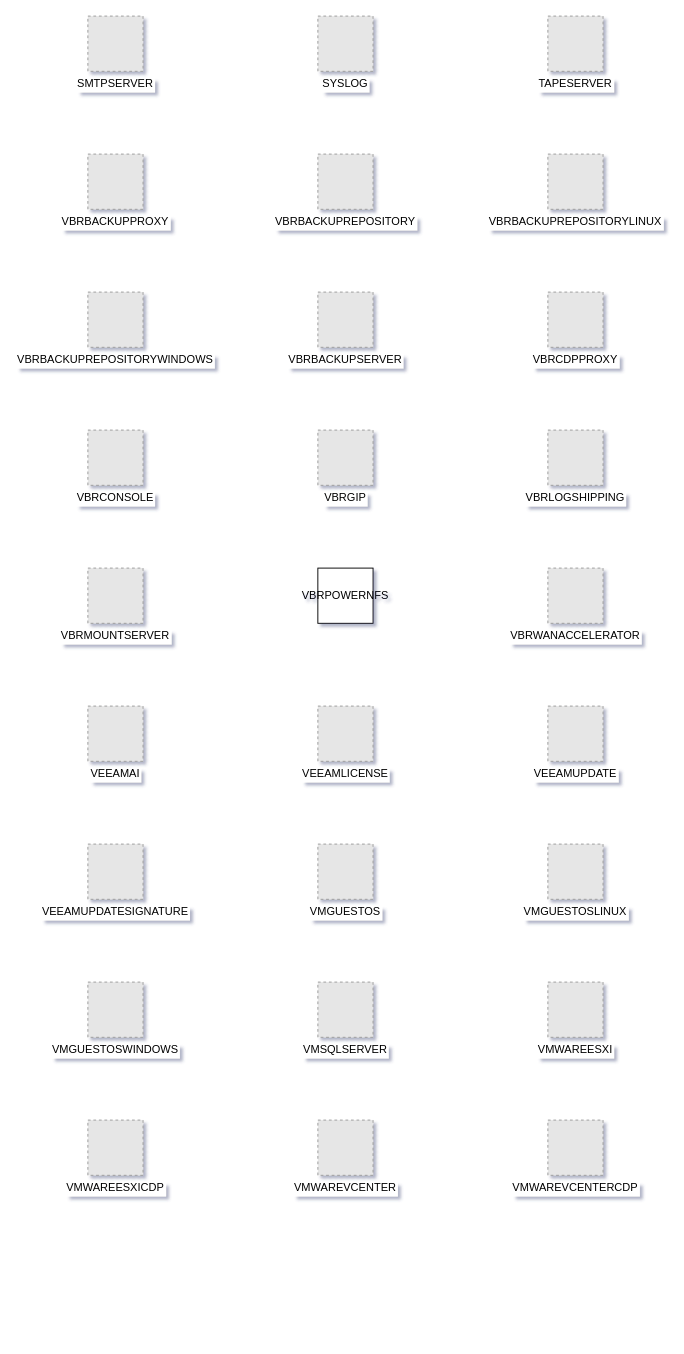
strangenewcoder/VeeamDesigner keeps this draw.io diagram as utility/check_styles/portfolio.drawio. Above is the earlier version. Source tidied: cells renumbered, new cells numbered last; positions are measured from the earlier drawing's top-left corner, leaving out a move shared by most shapes. Both pictures are drawn from the tidied source at 92%, with x=0, y=0 at pixel (87, 16). Pictures stored in the file or linked from it are replaced by grey dashed boxes.
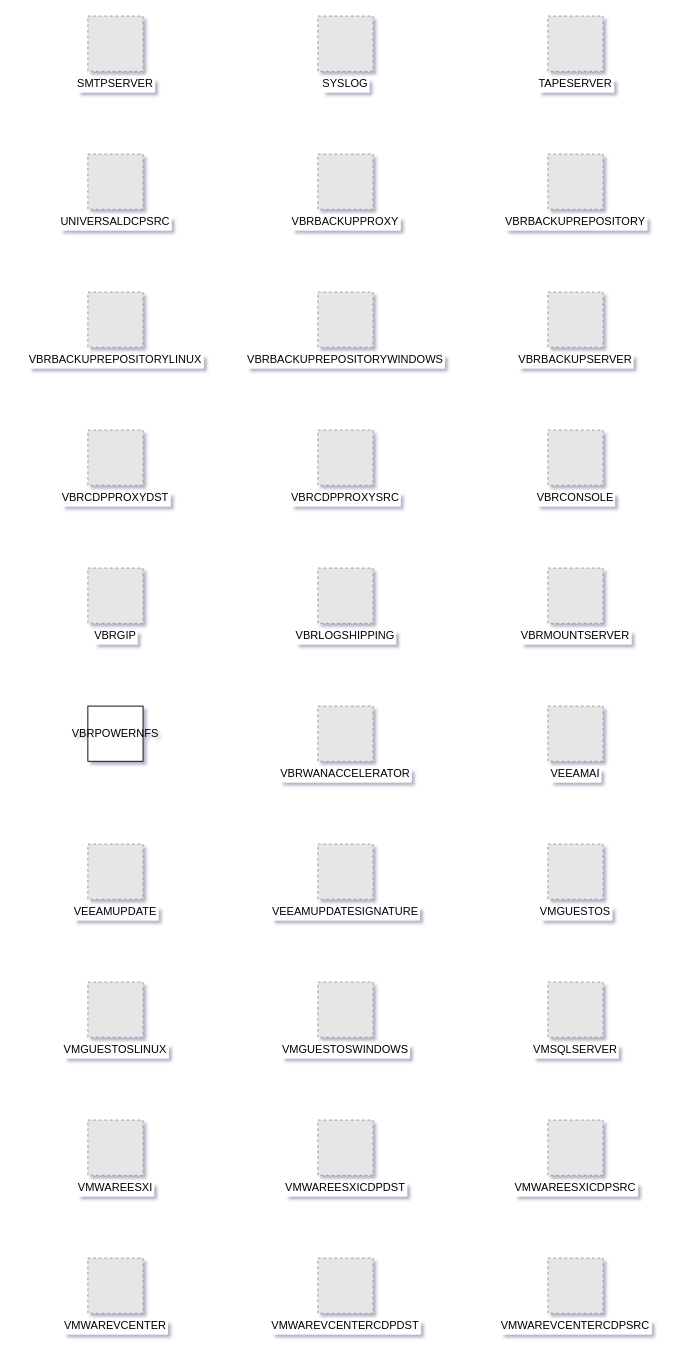
The same page after the edit.

What changed in the source:
```diff
@@
+    <mxCell id="29" value="UNIVERSALDCPSRC" style="fillColor=#E6E6E6;strokeColor=#999999;dashed=1;verticalLabelPosition=bottom;labelBackgroundColor=default;verticalAlign=top;" parent="1" vertex="1">
+      <mxGeometry y="150" width="60" height="60" as="geometry" />
+    </mxCell>
     <mxCell id="5" value="VBRBACKUPPROXY" style="fillColor=#E6E6E6;strokeColor=#999999;dashed=1;verticalLabelPosition=bottom;labelBackgroundColor=default;verticalAlign=top;" parent="1" vertex="1">
-      <mxGeometry y="150" width="60" height="60" as="geometry" />
+      <mxGeometry x="250" y="150" width="60" height="60" as="geometry" />
     </mxCell>
     <mxCell id="6" value="VBRBACKUPREPOSITORY" style="fillColor=#E6E6E6;strokeColor=#999999;dashed=1;verticalLabelPosition=bottom;labelBackgroundColor=default;verticalAlign=top;" parent="1" vertex="1">
-      <mxGeometry x="250" y="150" width="60" height="60" as="geometry" />
+      <mxGeometry x="500" y="150" width="60" height="60" as="geometry" />
     </mxCell>
     <mxCell id="7" value="VBRBACKUPREPOSITORYLINUX" style="fillColor=#E6E6E6;strokeColor=#999999;dashed=1;verticalLabelPosition=bottom;labelBackgroundColor=default;verticalAlign=top;" parent="1" vertex="1">
-      <mxGeometry x="500" y="150" width="60" height="60" as="geometry" />
+      <mxGeometry y="300" width="60" height="60" as="geometry" />
     </mxCell>
     <mxCell id="8" value="VBRBACKUPREPOSITORYWINDOWS" style="fillColor=#E6E6E6;strokeColor=#999999;dashed=1;verticalLabelPosition=bottom;labelBackgroundColor=default;verticalAlign=top;" parent="1" vertex="1">
-      <mxGeometry y="300" width="60" height="60" as="geometry" />
+      <mxGeometry x="250" y="300" width="60" height="60" as="geometry" />
     </mxCell>
     <mxCell id="9" value="VBRBACKUPSERVER" style="fillColor=#E6E6E6;strokeColor=#999999;dashed=1;verticalLabelPosition=bottom;labelBackgroundColor=default;verticalAlign=top;" parent="1" vertex="1">
-      <mxGeometry x="250" y="300" width="60" height="60" as="geometry" />
+      <mxGeometry x="500" y="300" width="60" height="60" as="geometry" />
     </mxCell>
-    <mxCell id="10" value="VBRCDPPROXY" style="fillColor=#E6E6E6;strokeColor=#999999;dashed=1;verticalLabelPosition=bottom;labelBackgroundColor=default;verticalAlign=top;" parent="1" vertex="1">
-      <mxGeometry x="500" y="300" width="60" height="60" as="geometry" />
-    </mxCell>
+    <mxCell id="30" value="VBRCDPPROXYDST" style="fillColor=#E6E6E6;strokeColor=#999999;dashed=1;verticalLabelPosition=bottom;labelBackgroundColor=default;verticalAlign=top;" parent="1" vertex="1">
+      <mxGeometry y="450" width="60" height="60" as="geometry" />
+    </mxCell>
+    <mxCell id="31" value="VBRCDPPROXYSRC" style="fillColor=#E6E6E6;strokeColor=#999999;dashed=1;verticalLabelPosition=bottom;labelBackgroundColor=default;verticalAlign=top;" parent="1" vertex="1">
+      <mxGeometry x="250" y="450" width="60" height="60" as="geometry" />
+    </mxCell>
     <mxCell id="11" value="VBRCONSOLE" style="fillColor=#E6E6E6;strokeColor=#999999;dashed=1;verticalLabelPosition=bottom;labelBackgroundColor=default;verticalAlign=top;" parent="1" vertex="1">
-      <mxGeometry y="450" width="60" height="60" as="geometry" />
+      <mxGeometry x="500" y="450" width="60" height="60" as="geometry" />
     </mxCell>
     <mxCell id="12" value="VBRGIP" style="fillColor=#E6E6E6;strokeColor=#999999;dashed=1;verticalLabelPosition=bottom;labelBackgroundColor=default;verticalAlign=top;" parent="1" vertex="1">
-      <mxGeometry x="250" y="450" width="60" height="60" as="geometry" />
+      <mxGeometry y="600" width="60" height="60" as="geometry" />
     </mxCell>
     <mxCell id="13" value="VBRLOGSHIPPING" style="fillColor=#E6E6E6;strokeColor=#999999;dashed=1;verticalLabelPosition=bottom;labelBackgroundColor=default;verticalAlign=top;" parent="1" vertex="1">
-      <mxGeometry x="500" y="450" width="60" height="60" as="geometry" />
+      <mxGeometry x="250" y="600" width="60" height="60" as="geometry" />
     </mxCell>
     <mxCell id="14" value="VBRMOUNTSERVER" style="fillColor=#E6E6E6;strokeColor=#999999;dashed=1;verticalLabelPosition=bottom;labelBackgroundColor=default;verticalAlign=top;" parent="1" vertex="1">
-      <mxGeometry y="600" width="60" height="60" as="geometry" />
+      <mxGeometry x="500" y="600" width="60" height="60" as="geometry" />
     </mxCell>
     <mxCell id="15" value="VBRPOWERNFS" style="rounded=0;whiteSpace=wrap;html=1;" parent="1" vertex="1">
-      <mxGeometry x="250" y="600" width="60" height="60" as="geometry" />
+      <mxGeometry y="750" width="60" height="60" as="geometry" />
     </mxCell>
     <mxCell id="16" value="VBRWANACCELERATOR" style="fillColor=#E6E6E6;strokeColor=#999999;dashed=1;verticalLabelPosition=bottom;labelBackgroundColor=default;verticalAlign=top;" parent="1" vertex="1">
-      <mxGeometry x="500" y="600" width="60" height="60" as="geometry" />
+      <mxGeometry x="250" y="750" width="60" height="60" as="geometry" />
     </mxCell>
     <mxCell id="17" value="VEEAMAI" style="fillColor=#E6E6E6;strokeColor=#999999;dashed=1;verticalLabelPosition=bottom;labelBackgroundColor=default;verticalAlign=top;" parent="1" vertex="1">
-      <mxGeometry y="750" width="60" height="60" as="geometry" />
+      <mxGeometry x="500" y="750" width="60" height="60" as="geometry" />
     </mxCell>
-    <mxCell id="18" value="VEEAMLICENSE" style="fillColor=#E6E6E6;strokeColor=#999999;dashed=1;verticalLabelPosition=bottom;labelBackgroundColor=default;verticalAlign=top;" parent="1" vertex="1">
-      <mxGeometry x="250" y="750" width="60" height="60" as="geometry" />
-    </mxCell>
     <mxCell id="19" value="VEEAMUPDATE" style="fillColor=#E6E6E6;strokeColor=#999999;dashed=1;verticalLabelPosition=bottom;labelBackgroundColor=default;verticalAlign=top;" parent="1" vertex="1">
-      <mxGeometry x="500" y="750" width="60" height="60" as="geometry" />
+      <mxGeometry y="900" width="60" height="60" as="geometry" />
     </mxCell>
     <mxCell id="20" value="VEEAMUPDATESIGNATURE" style="fillColor=#E6E6E6;strokeColor=#999999;dashed=1;verticalLabelPosition=bottom;labelBackgroundColor=default;verticalAlign=top;" parent="1" vertex="1">
-      <mxGeometry y="900" width="60" height="60" as="geometry" />
+      <mxGeometry x="250" y="900" width="60" height="60" as="geometry" />
     </mxCell>
     <mxCell id="21" value="VMGUESTOS" style="fillColor=#E6E6E6;strokeColor=#999999;dashed=1;verticalLabelPosition=bottom;labelBackgroundColor=default;verticalAlign=top;" parent="1" vertex="1">
-      <mxGeometry x="250" y="900" width="60" height="60" as="geometry" />
+      <mxGeometry x="500" y="900" width="60" height="60" as="geometry" />
     </mxCell>
     <mxCell id="22" value="VMGUESTOSLINUX" style="fillColor=#E6E6E6;strokeColor=#999999;dashed=1;verticalLabelPosition=bottom;labelBackgroundColor=default;verticalAlign=top;" parent="1" vertex="1">
-      <mxGeometry x="500" y="900" width="60" height="60" as="geometry" />
+      <mxGeometry y="1050" width="60" height="60" as="geometry" />
     </mxCell>
     <mxCell id="23" value="VMGUESTOSWINDOWS" style="fillColor=#E6E6E6;strokeColor=#999999;dashed=1;verticalLabelPosition=bottom;labelBackgroundColor=default;verticalAlign=top;" parent="1" vertex="1">
-      <mxGeometry y="1050" width="60" height="60" as="geometry" />
+      <mxGeometry x="250" y="1050" width="60" height="60" as="geometry" />
     </mxCell>
     <mxCell id="24" value="VMSQLSERVER" style="fillColor=#E6E6E6;strokeColor=#999999;dashed=1;verticalLabelPosition=bottom;labelBackgroundColor=default;verticalAlign=top;" parent="1" vertex="1">
-      <mxGeometry x="250" y="1050" width="60" height="60" as="geometry" />
+      <mxGeometry x="500" y="1050" width="60" height="60" as="geometry" />
     </mxCell>
     <mxCell id="25" value="VMWAREESXI" style="fillColor=#E6E6E6;strokeColor=#999999;dashed=1;verticalLabelPosition=bottom;labelBackgroundColor=default;verticalAlign=top;" parent="1" vertex="1">
-      <mxGeometry x="500" y="1050" width="60" height="60" as="geometry" />
+      <mxGeometry y="1200" width="60" height="60" as="geometry" />
     </mxCell>
-    <mxCell id="26" value="VMWAREESXICDP" style="fillColor=#E6E6E6;strokeColor=#999999;dashed=1;verticalLabelPosition=bottom;labelBackgroundColor=default;verticalAlign=top;" parent="1" vertex="1">
-      <mxGeometry y="1200" width="60" height="60" as="geometry" />
-    </mxCell>
+    <mxCell id="32" value="VMWAREESXICDPDST" style="fillColor=#E6E6E6;strokeColor=#999999;dashed=1;verticalLabelPosition=bottom;labelBackgroundColor=default;verticalAlign=top;" parent="1" vertex="1">
+      <mxGeometry x="250" y="1200" width="60" height="60" as="geometry" />
+    </mxCell>
+    <mxCell id="33" value="VMWAREESXICDPSRC" style="fillColor=#E6E6E6;strokeColor=#999999;dashed=1;verticalLabelPosition=bottom;labelBackgroundColor=default;verticalAlign=top;" parent="1" vertex="1">
+      <mxGeometry x="500" y="1200" width="60" height="60" as="geometry" />
+    </mxCell>
     <mxCell id="27" value="VMWAREVCENTER" style="fillColor=#E6E6E6;strokeColor=#999999;dashed=1;verticalLabelPosition=bottom;labelBackgroundColor=default;verticalAlign=top;" parent="1" vertex="1">
-      <mxGeometry x="250" y="1200" width="60" height="60" as="geometry" />
+      <mxGeometry y="1350" width="60" height="60" as="geometry" />
     </mxCell>
-    <mxCell id="28" value="VMWAREVCENTERCDP" style="fillColor=#E6E6E6;strokeColor=#999999;dashed=1;verticalLabelPosition=bottom;labelBackgroundColor=default;verticalAlign=top;" parent="1" vertex="1">
-      <mxGeometry x="500" y="1200" width="60" height="60" as="geometry" />
-    </mxCell>
+    <mxCell id="34" value="VMWAREVCENTERCDPDST" style="fillColor=#E6E6E6;strokeColor=#999999;dashed=1;verticalLabelPosition=bottom;labelBackgroundColor=default;verticalAlign=top;" parent="1" vertex="1">
+      <mxGeometry x="250" y="1350" width="60" height="60" as="geometry" />
+    </mxCell>
+    <mxCell id="35" value="VMWAREVCENTERCDPSRC" style="fillColor=#E6E6E6;strokeColor=#999999;dashed=1;verticalLabelPosition=bottom;labelBackgroundColor=default;verticalAlign=top;" parent="1" vertex="1">
+      <mxGeometry x="500" y="1350" width="60" height="60" as="geometry" />
+    </mxCell>
```
